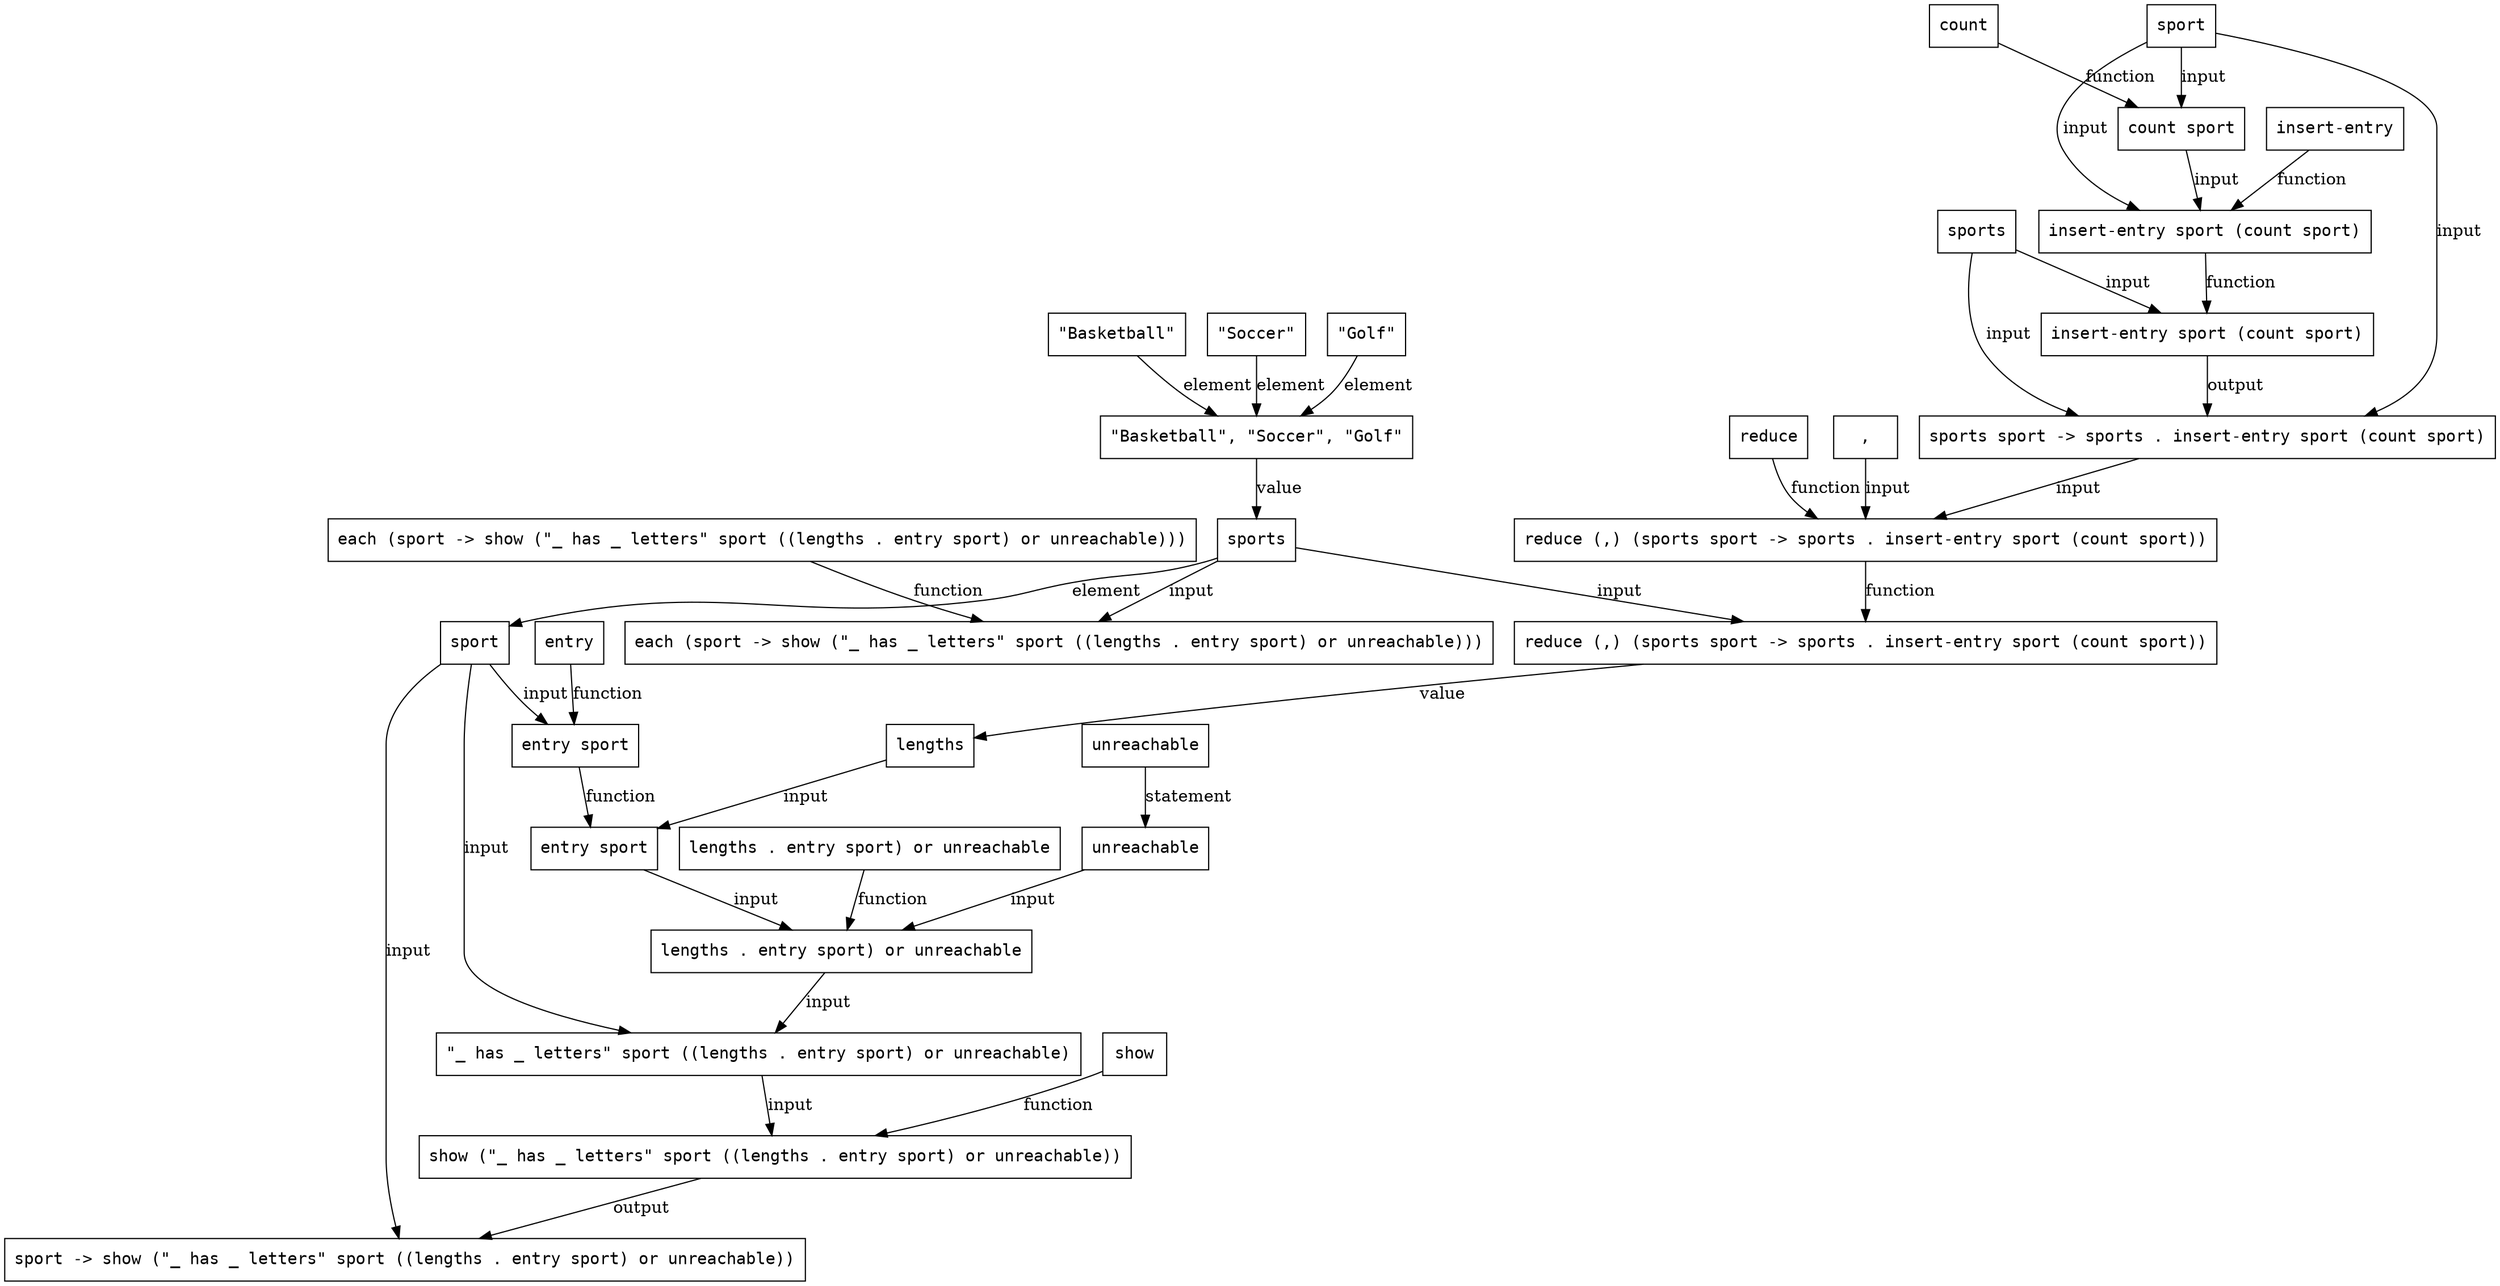
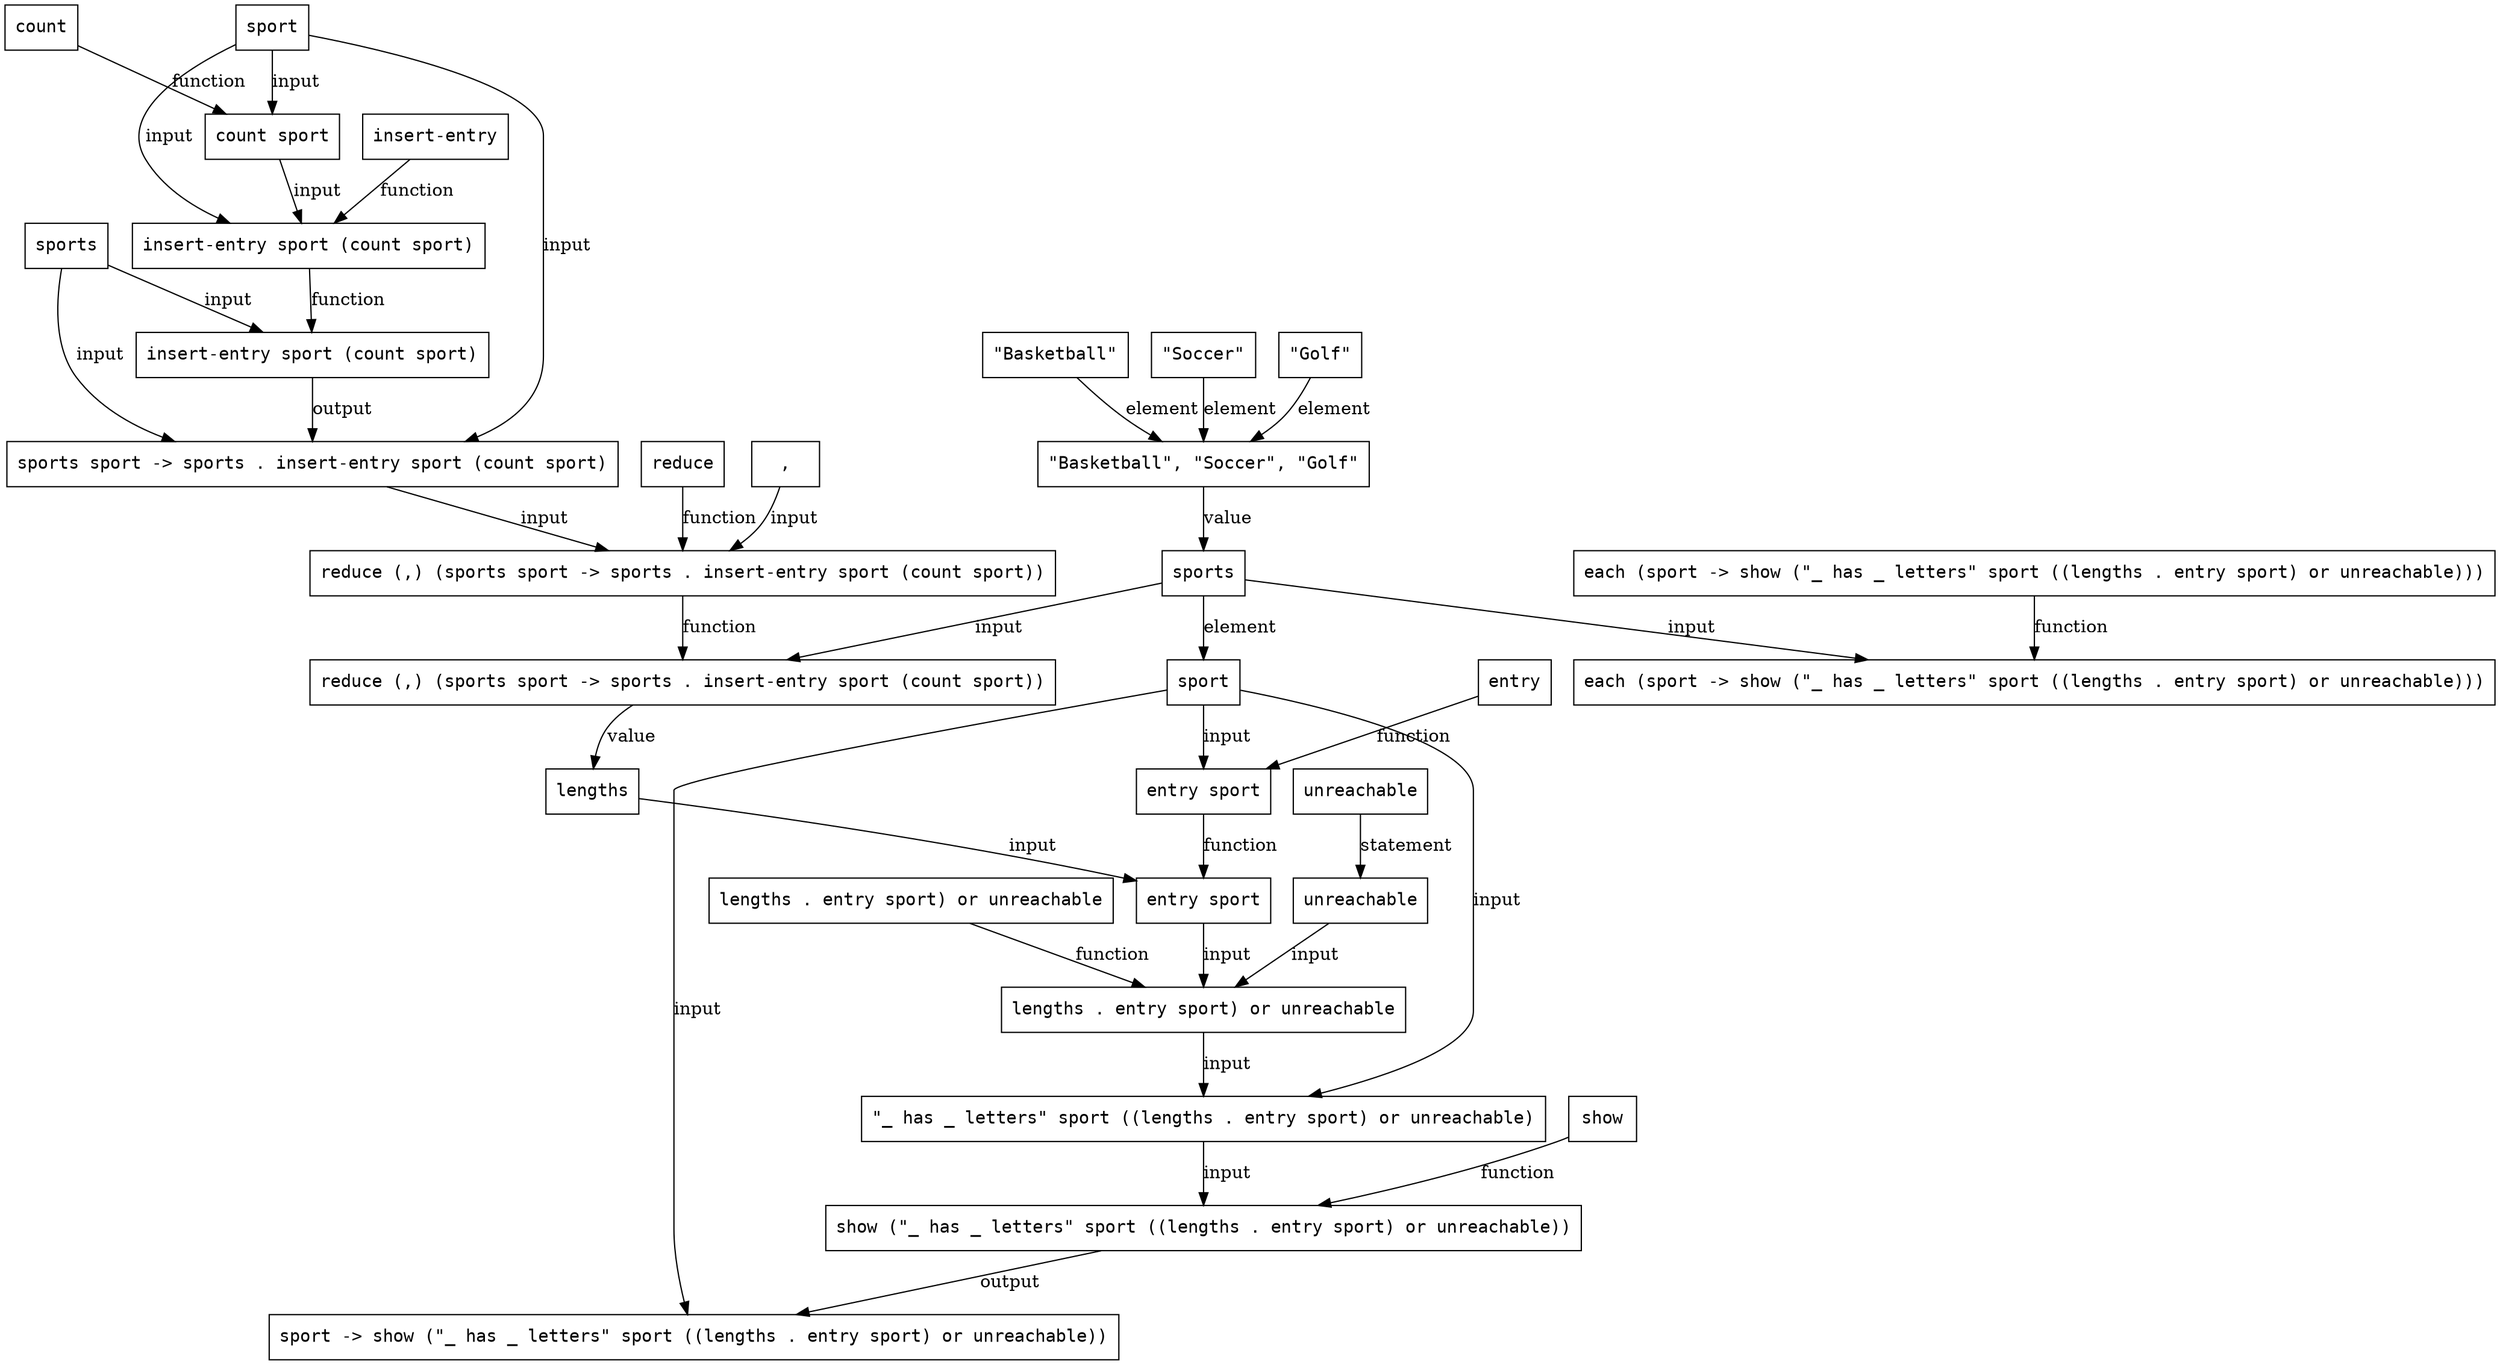
digraph G {
  node [shape=box, fontname=monospace]
  node_2_5 [label="\"Basketball\", \"Soccer\", \"Golf\""]
  node_2_7 [label="\"Basketball\""]
  node_2_8 [label="\"Soccer\""]
  node_2_9 [label="\"Golf\""]
  node_2_28 [label="sports"]
  node_2_30 [label="reduce (,) (sports sport -> sports . insert-entry sport (count sport))"]
  node_2_32 [label="reduce (,) (sports sport -> sports . insert-entry sport (count sport))"]
  node_2_33 [label="reduce"]
  node_2_34 [label=","]
  node_2_39 [label="sports sport -> sports . insert-entry sport (count sport)"]
  node_2_40 [label="sports"]
  node_2_41 [label="sport"]
  node_2_43 [label="insert-entry sport (count sport)"]
  node_2_45 [label="insert-entry sport (count sport)"]
  node_2_46 [label="insert-entry"]
  node_2_48 [label="count sport"]
  node_2_49 [label="count"]
  node_2_51 [label="lengths"]
  node_2_53 [label="each (sport -> show (\"_ has _ letters\" sport ((lengths . entry sport) or unreachable)))"]
  node_2_55 [label="each (sport -> show (\"_ has _ letters\" sport ((lengths . entry sport) or unreachable)))"]
  node_2_57 [label="sport -> show (\"_ has _ letters\" sport ((lengths . entry sport) or unreachable))"]
  node_2_58 [label="sport"]
  node_2_59 [label="show (\"_ has _ letters\" sport ((lengths . entry sport) or unreachable))"]
  node_2_60 [label="show"]
  node_2_61 [label="\"_ has _ letters\" sport ((lengths . entry sport) or unreachable)"]
  node_2_65 [label="lengths . entry sport) or unreachable"]
  node_2_68 [label="unreachable"]
-   node_2_69 [label="lengths . entry sport) or unreachable"]
-   node_2_73 [label="entry sport"]
-   node_2_75 [label="entry sport"]
-   node_2_76 [label="entry"]
-   node_2_78 [label="unreachable"]
+   node_2_69 [label="unreachable"]
+   node_2_70 [label="lengths . entry sport) or unreachable"]
+   node_2_74 [label="entry sport"]
+   node_2_76 [label="entry sport"]
+   node_2_77 [label="entry"]
  node_2_5 -> node_2_28 [label="value"]
  node_2_7 -> node_2_5 [label="element"]
  node_2_8 -> node_2_5 [label="element"]
  node_2_9 -> node_2_5 [label="element"]
  node_2_28 -> node_2_30 [label="input"]
  node_2_28 -> node_2_53 [label="input"]
  node_2_28 -> node_2_58 [label="element"]
  node_2_30 -> node_2_51 [label="value"]
  node_2_32 -> node_2_30 [label="function"]
  node_2_33 -> node_2_32 [label="function"]
  node_2_34 -> node_2_32 [label="input"]
  node_2_39 -> node_2_32 [label="input"]
  node_2_40 -> node_2_39 [label="input"]
  node_2_40 -> node_2_43 [label="input"]
  node_2_41 -> node_2_39 [label="input"]
  node_2_41 -> node_2_45 [label="input"]
  node_2_41 -> node_2_48 [label="input"]
  node_2_43 -> node_2_39 [label="output"]
  node_2_45 -> node_2_43 [label="function"]
  node_2_46 -> node_2_45 [label="function"]
  node_2_48 -> node_2_45 [label="input"]
  node_2_49 -> node_2_48 [label="function"]
-   node_2_51 -> node_2_73 [label="input"]
+   node_2_51 -> node_2_74 [label="input"]
  node_2_55 -> node_2_53 [label="function"]
  node_2_58 -> node_2_57 [label="input"]
  node_2_58 -> node_2_61 [label="input"]
-   node_2_58 -> node_2_75 [label="input"]
+   node_2_58 -> node_2_76 [label="input"]
  node_2_59 -> node_2_57 [label="output"]
  node_2_60 -> node_2_59 [label="function"]
  node_2_61 -> node_2_59 [label="input"]
  node_2_65 -> node_2_61 [label="input"]
-   node_2_68 -> node_2_78 [label="statement"]
-   node_2_69 -> node_2_65 [label="function"]
-   node_2_73 -> node_2_65 [label="input"]
-   node_2_75 -> node_2_73 [label="function"]
-   node_2_76 -> node_2_75 [label="function"]
-   node_2_78 -> node_2_65 [label="input"]
+   node_2_68 -> node_2_69 [label="statement"]
+   node_2_69 -> node_2_65 [label="input"]
+   node_2_70 -> node_2_65 [label="function"]
+   node_2_74 -> node_2_65 [label="input"]
+   node_2_76 -> node_2_74 [label="function"]
+   node_2_77 -> node_2_76 [label="function"]
}
